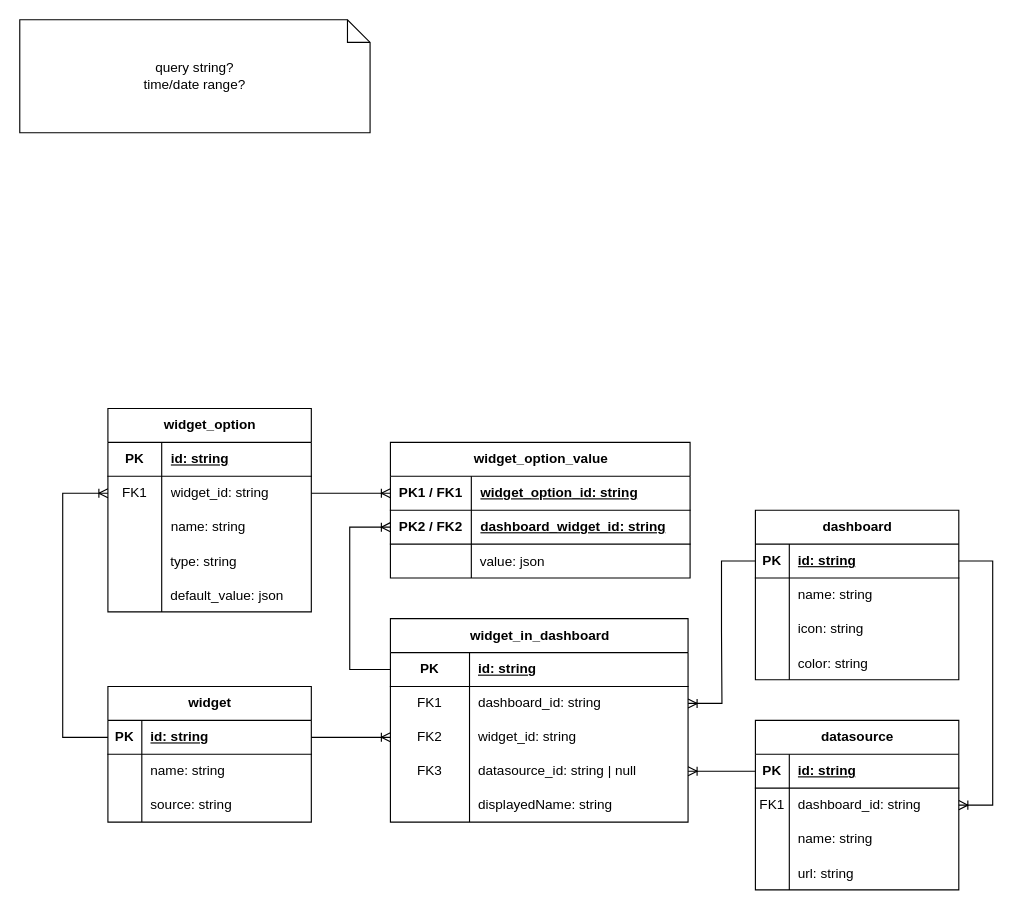
Earlier version of the draw.io diagram page "Page-1" (1 of 2) of dynagraph.drawio (HardenedHunter/dynagraph). Source tidied: cells renumbered, new cells numbered last; positions are measured from the earlier drawing's top-left corner, leaving out a move shared by most shapes. Both pictures are drawn from the tidied source at 113%, with x=0, y=0 at pixel (19, 19).
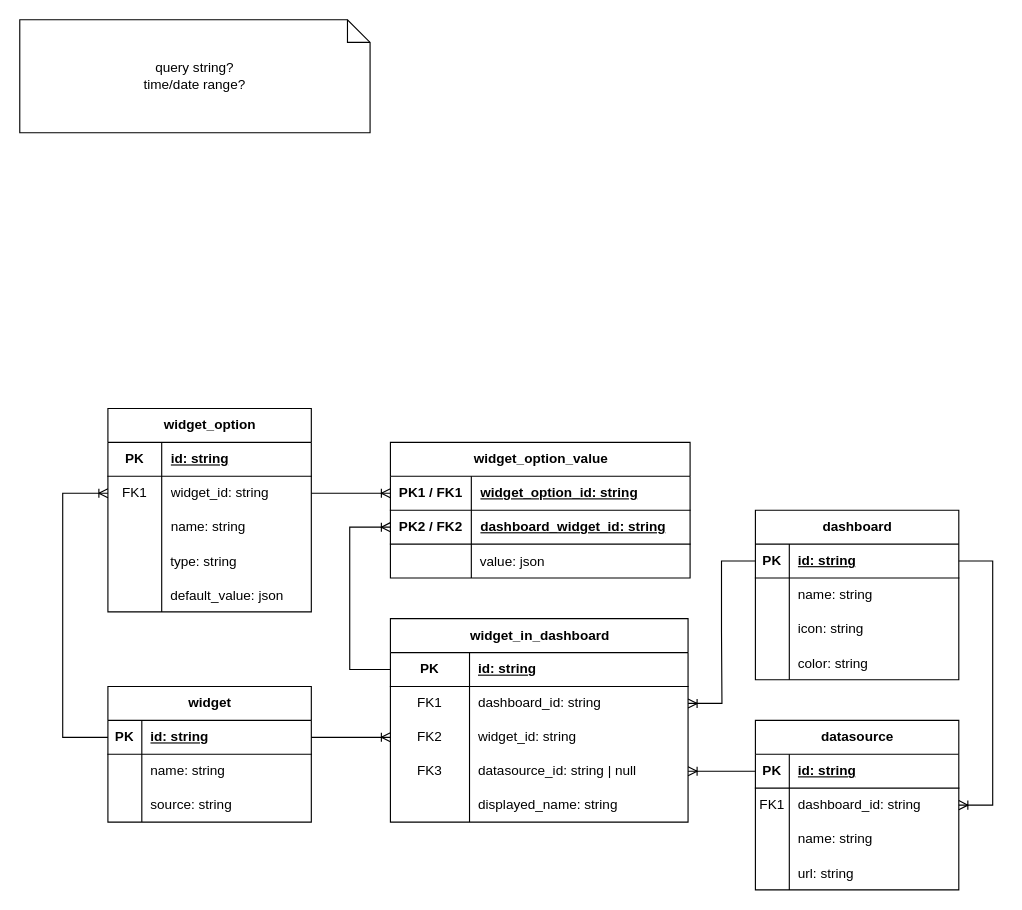
The same diagram, later.

Unchanged cells that the change refers to:
```xml
<mxCell id="38" style="shape=tableRow;horizontal=0;startSize=0;swimlaneHead=0;swimlaneBody=0;fillColor=none;top=0;left=0;right=0;bottom=0;" parent="25" vertex="1">
  <mxGeometry y="150" width="263.4" height="30" as="geometry" />
</mxCell>
```

Diff of the diagram source:
```diff
@@
-    <mxCell id="40" value="displayedName: string" style="shape=partialRectangle;fillColor=none;top=0;left=0;bottom=0;right=0;align=left;spacingLeft=6;fontStyle=0;overflow=hidden;whiteSpace=wrap;html=1;" parent="38" vertex="1">
+    <mxCell id="40" value="displayed_name: string" style="shape=partialRectangle;fillColor=none;top=0;left=0;bottom=0;right=0;align=left;spacingLeft=6;fontStyle=0;overflow=hidden;whiteSpace=wrap;html=1;" parent="38" vertex="1">
       <mxGeometry x="70" width="193.4" height="30" as="geometry" />
     </mxCell>
```
